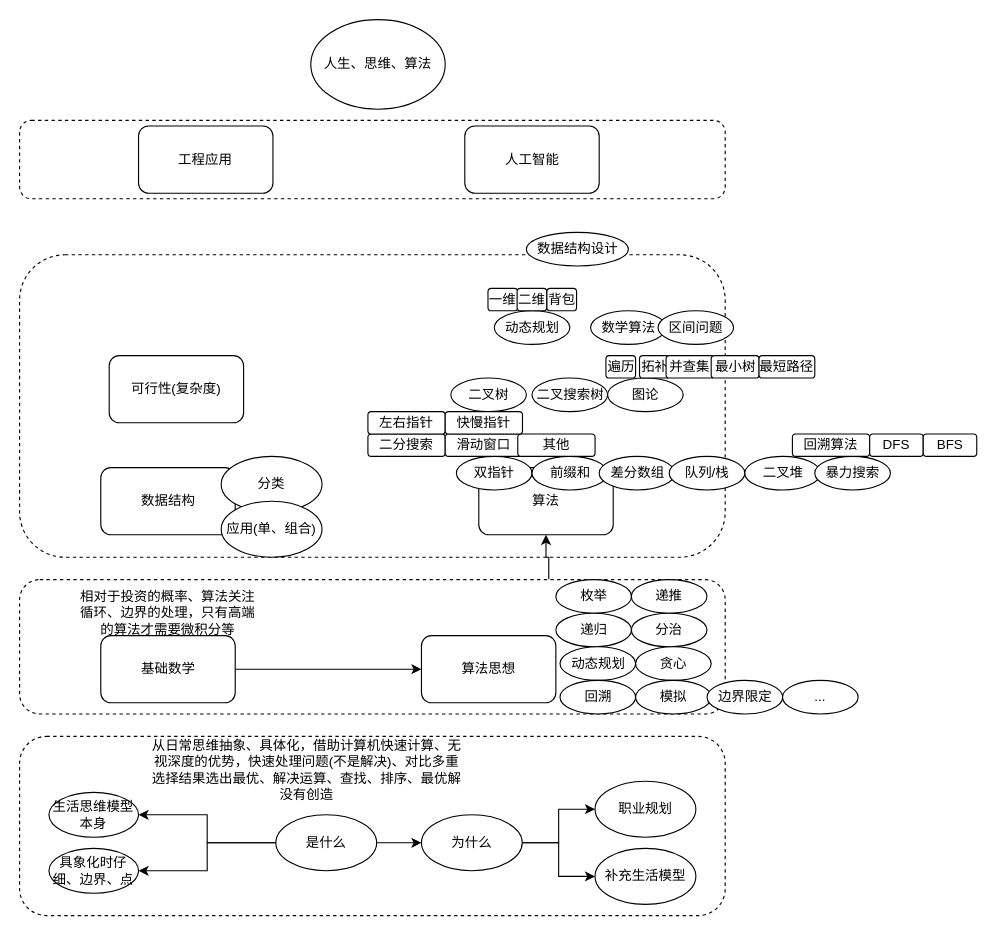
This is menus/suanfamoxing.drawio from Asamiyaa/microservice-k8s-yun, a draw.io file, before an edit. Source tidied: cells renumbered, new cells numbered last; positions are measured from the earlier drawing's top-left corner, leaving out a move shared by most shapes. Both pictures are drawn from the tidied source at 112%, with x=0, y=0 at pixel (19, 19).
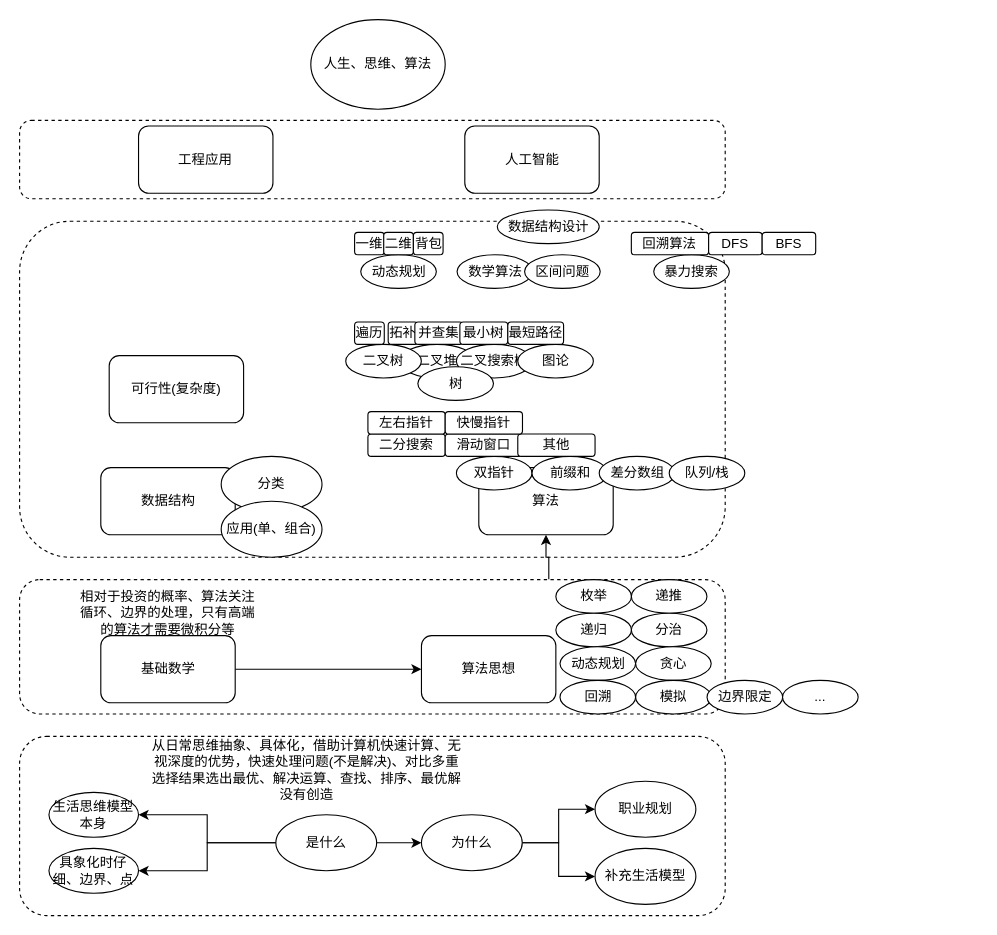
Above is the later version.

What changed in the source:
```diff
@@
     <mxCell id="4" style="rounded=1;whiteSpace=wrap;html=1;dashed=1;" parent="1" vertex="1">
-      <mxGeometry y="210" width="630" height="270" as="geometry" />
+      <mxGeometry y="180" width="630" height="300" as="geometry" />
     </mxCell>
@@
     <mxCell id="48" value="二叉堆" style="ellipse;whiteSpace=wrap;html=1;" parent="1" vertex="1">
-      <mxGeometry x="647.5" y="390" width="67.5" height="30" as="geometry" />
+      <mxGeometry x="339.1" y="290" width="67.5" height="30" as="geometry" />
     </mxCell>
     <mxCell id="49" value="二叉树" style="ellipse;whiteSpace=wrap;html=1;" parent="1" vertex="1">
-      <mxGeometry x="385" y="320" width="67.5" height="30" as="geometry" />
+      <mxGeometry x="291.2" y="290" width="67.5" height="30" as="geometry" />
     </mxCell>
     <mxCell id="50" value="二叉搜索树" style="ellipse;whiteSpace=wrap;html=1;" parent="1" vertex="1">
-      <mxGeometry x="457.5" y="320" width="67.5" height="30" as="geometry" />
+      <mxGeometry x="390" y="290" width="67.5" height="30" as="geometry" />
     </mxCell>
     <mxCell id="51" value="图论" style="ellipse;whiteSpace=wrap;html=1;" parent="1" vertex="1">
-      <mxGeometry x="525" y="320" width="67.5" height="30" as="geometry" />
+      <mxGeometry x="444.8" y="290" width="67.5" height="30" as="geometry" />
     </mxCell>
     <mxCell id="52" value="数据结构设计" style="ellipse;whiteSpace=wrap;html=1;" parent="1" vertex="1">
-      <mxGeometry x="452.5" y="190" width="91" height="30" as="geometry" />
+      <mxGeometry x="426.5" y="170" width="91" height="30" as="geometry" />
     </mxCell>
     <mxCell id="53" value="遍历" style="rounded=1;whiteSpace=wrap;html=1;" parent="1" vertex="1">
-      <mxGeometry x="523.5" y="300" width="26.5" height="20" as="geometry" />
+      <mxGeometry x="299.1" y="270" width="26.5" height="20" as="geometry" />
     </mxCell>
     <mxCell id="54" value="拓补" style="rounded=1;whiteSpace=wrap;html=1;" parent="1" vertex="1">
-      <mxGeometry x="553.5" y="300" width="26.5" height="20" as="geometry" />
+      <mxGeometry x="329.1" y="270" width="26.5" height="20" as="geometry" />
     </mxCell>
     <mxCell id="55" value="并查集" style="rounded=1;whiteSpace=wrap;html=1;" parent="1" vertex="1">
-      <mxGeometry x="577.2" y="300" width="42.8" height="20" as="geometry" />
+      <mxGeometry x="352.9" y="270" width="42.8" height="20" as="geometry" />
     </mxCell>
     <mxCell id="56" value="最小树" style="rounded=1;whiteSpace=wrap;html=1;" parent="1" vertex="1">
-      <mxGeometry x="617.5" y="300" width="42.8" height="20" as="geometry" />
+      <mxGeometry x="393.1" y="270" width="42.8" height="20" as="geometry" />
     </mxCell>
     <mxCell id="57" value="最短路径" style="rounded=1;whiteSpace=wrap;html=1;" parent="1" vertex="1">
-      <mxGeometry x="660.2" y="300" width="49.8" height="20" as="geometry" />
+      <mxGeometry x="435.9" y="270" width="49.8" height="20" as="geometry" />
     </mxCell>
     <mxCell id="58" value="暴力搜索" style="ellipse;whiteSpace=wrap;html=1;" parent="1" vertex="1">
-      <mxGeometry x="710" y="390" width="67.5" height="30" as="geometry" />
+      <mxGeometry x="566.2" y="210" width="67.5" height="30" as="geometry" />
     </mxCell>
     <mxCell id="59" value="回溯算法" style="rounded=1;whiteSpace=wrap;html=1;" parent="1" vertex="1">
-      <mxGeometry x="690" y="370" width="69" height="20" as="geometry" />
+      <mxGeometry x="546.2" y="190" width="69" height="20" as="geometry" />
     </mxCell>
     <mxCell id="60" value="DFS" style="rounded=1;whiteSpace=wrap;html=1;" parent="1" vertex="1">
-      <mxGeometry x="759" y="370" width="47.8" height="20" as="geometry" />
+      <mxGeometry x="615.2" y="190" width="47.8" height="20" as="geometry" />
     </mxCell>
     <mxCell id="61" value="BFS" style="rounded=1;whiteSpace=wrap;html=1;" parent="1" vertex="1">
-      <mxGeometry x="806.8" y="370" width="47.8" height="20" as="geometry" />
+      <mxGeometry x="663" y="190" width="47.8" height="20" as="geometry" />
     </mxCell>
     <mxCell id="62" value="动态规划" style="ellipse;whiteSpace=wrap;html=1;" parent="1" vertex="1">
-      <mxGeometry x="423.8" y="260" width="67.5" height="30" as="geometry" />
+      <mxGeometry x="304.6" y="210" width="67.5" height="30" as="geometry" />
     </mxCell>
     <mxCell id="63" value="一维" style="rounded=1;whiteSpace=wrap;html=1;" parent="1" vertex="1">
-      <mxGeometry x="418.2" y="240" width="26.5" height="20" as="geometry" />
+      <mxGeometry x="299.1" y="190" width="26.5" height="20" as="geometry" />
     </mxCell>
     <mxCell id="64" value="二维" style="rounded=1;whiteSpace=wrap;html=1;" parent="1" vertex="1">
-      <mxGeometry x="444.2" y="240" width="26.5" height="20" as="geometry" />
+      <mxGeometry x="325.1" y="190" width="26.5" height="20" as="geometry" />
     </mxCell>
     <mxCell id="65" value="背包" style="rounded=1;whiteSpace=wrap;html=1;" parent="1" vertex="1">
-      <mxGeometry x="470.8" y="240" width="26.5" height="20" as="geometry" />
+      <mxGeometry x="351.6" y="190" width="26.5" height="20" as="geometry" />
     </mxCell>
     <mxCell id="66" value="数学算法" style="ellipse;whiteSpace=wrap;html=1;" parent="1" vertex="1">
-      <mxGeometry x="509.8" y="260" width="67.5" height="30" as="geometry" />
+      <mxGeometry x="390.6" y="210" width="67.5" height="30" as="geometry" />
     </mxCell>
     <mxCell id="67" value="区间问题" style="ellipse;whiteSpace=wrap;html=1;" parent="1" vertex="1">
-      <mxGeometry x="570" y="260" width="67.5" height="30" as="geometry" />
+      <mxGeometry x="450.9" y="210" width="67.5" height="30" as="geometry" />
     </mxCell>
@@
+    <mxCell id="70" value="树" style="ellipse;whiteSpace=wrap;html=1;" parent="1" vertex="1">
+      <mxGeometry x="355.6" y="310" width="67.5" height="30" as="geometry" />
+    </mxCell>
```
